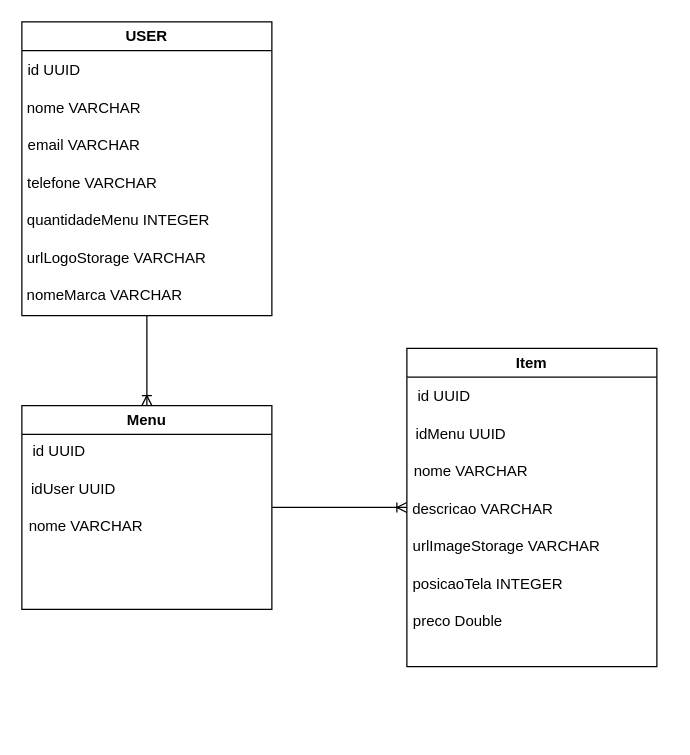
This is der.drawio from ricardoOliveiraN/digital-menu-generator, a draw.io file, before an edit. Source tidied: cells renumbered, new cells numbered last; positions are measured from the earlier drawing's top-left corner, leaving out a move shared by most shapes. Both pictures are drawn from the tidied source at 125%, with x=0, y=0 at pixel (21, 21).
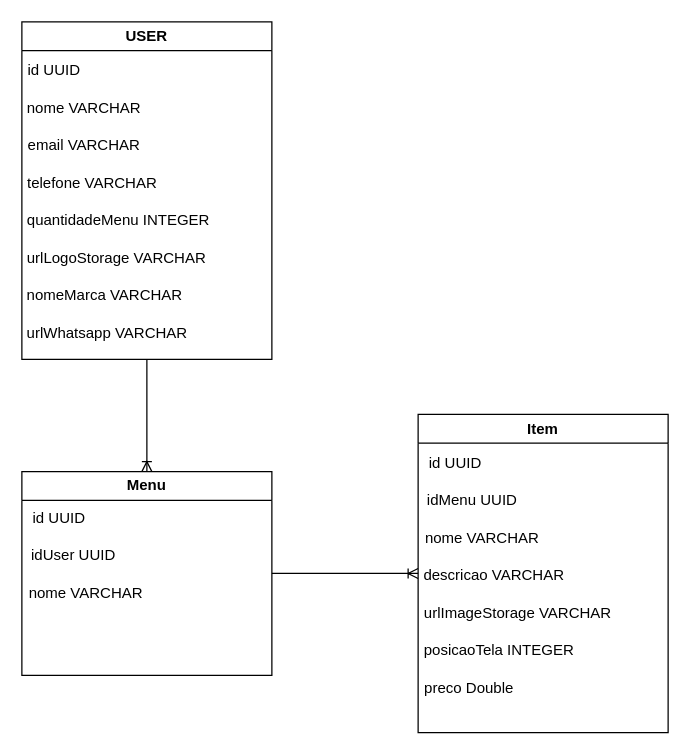
Above is the later version.

Change to the diagram source:
```diff
@@
     <mxCell id="3" value="USER" style="swimlane;whiteSpace=wrap;html=1;" parent="1" vertex="1">
-      <mxGeometry width="200" height="235" as="geometry" />
+      <mxGeometry width="200" height="270" as="geometry" />
     </mxCell>
@@
+    <mxCell id="24" value="urlWhatsapp VARCHAR" style="text;html=1;whiteSpace=wrap;strokeColor=none;fillColor=none;align=center;verticalAlign=middle;rounded=0;" parent="3" vertex="1">
+      <mxGeometry y="234" width="137" height="30" as="geometry" />
+    </mxCell>
@@
     <mxCell id="12" value="Menu" style="swimlane;whiteSpace=wrap;html=1;" parent="1" vertex="1">
-      <mxGeometry y="307" width="200" height="163" as="geometry" />
+      <mxGeometry y="359.8" width="200" height="163" as="geometry" />
     </mxCell>
@@
     <mxCell id="16" value="Item" style="swimlane;whiteSpace=wrap;html=1;" parent="1" vertex="1">
-      <mxGeometry x="308" y="261.2" width="200" height="254.5" as="geometry" />
+      <mxGeometry x="317" y="314" width="200" height="254.5" as="geometry" />
     </mxCell>
```
